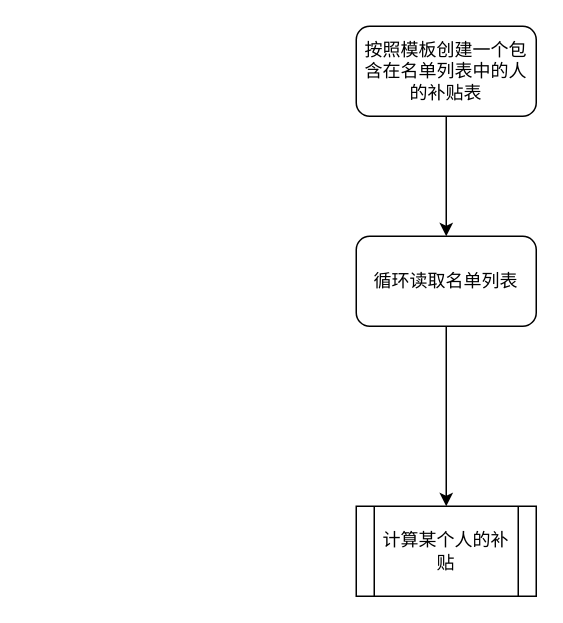
This is page "统计所有人的补贴" (2 of 2) of 未命名绘图.drawio from zjordon/learngit, a draw.io file, before an edit. Source tidied: cells renumbered, new cells numbered last; positions are measured from the earlier drawing's top-left corner, leaving out a move shared by most shapes. Both pictures are drawn from the tidied source at 150%, with x=0, y=0 at pixel (356, 26).
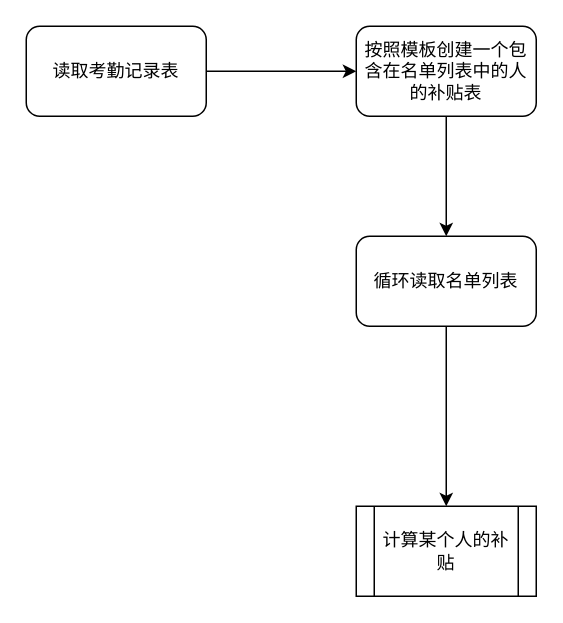
The same page after the edit.

Commit message:
更新未命名绘图.drawio

What changed in the source:
```diff
@@
 <mxGraphModel>
   <root>
     <mxCell id="0" />
     <mxCell id="1" parent="0" />
     <mxCell id="2" style="edgeStyle=orthogonalEdgeStyle;rounded=0;jettySize=auto;html=1;entryX=0.5;entryY=0;entryDx=0;entryDy=0;" parent="1" edge="1" source="3" target="5">
       <mxGeometry relative="1" as="geometry" />
     </mxCell>
     <mxCell id="3" value="按照模板创建一个包含在名单列表中的人的补贴表" style="rounded=1;whiteSpace=wrap;html=1;" parent="1" vertex="1">
       <mxGeometry width="120" height="60" as="geometry" />
     </mxCell>
     <mxCell id="4" style="edgeStyle=orthogonalEdgeStyle;rounded=0;jettySize=auto;html=1;entryX=0.5;entryY=0;entryDx=0;entryDy=0;" parent="1" edge="1" source="5" target="6">
       <mxGeometry relative="1" as="geometry" />
     </mxCell>
     <mxCell id="5" value="循环读取名单列表" style="rounded=1;whiteSpace=wrap;html=1;" parent="1" vertex="1">
       <mxGeometry y="140" width="120" height="60" as="geometry" />
     </mxCell>
     <mxCell id="6" value="计算某个人的补贴" style="shape=process;whiteSpace=wrap;html=1;backgroundOutline=1;" parent="1" vertex="1">
       <mxGeometry y="320" width="120" height="60" as="geometry" />
     </mxCell>
+    <mxCell id="7" style="edgeStyle=orthogonalEdgeStyle;rounded=0;jettySize=auto;html=1;entryX=0;entryY=0.5;entryDx=0;entryDy=0;" parent="1" edge="1" source="8" target="3">
+      <mxGeometry relative="1" as="geometry" />
+    </mxCell>
+    <mxCell id="8" value="读取考勤记录表" style="rounded=1;whiteSpace=wrap;html=1;" parent="1" vertex="1">
+      <mxGeometry x="-220" width="120" height="60" as="geometry" />
+    </mxCell>
   </root>
 </mxGraphModel>
```
